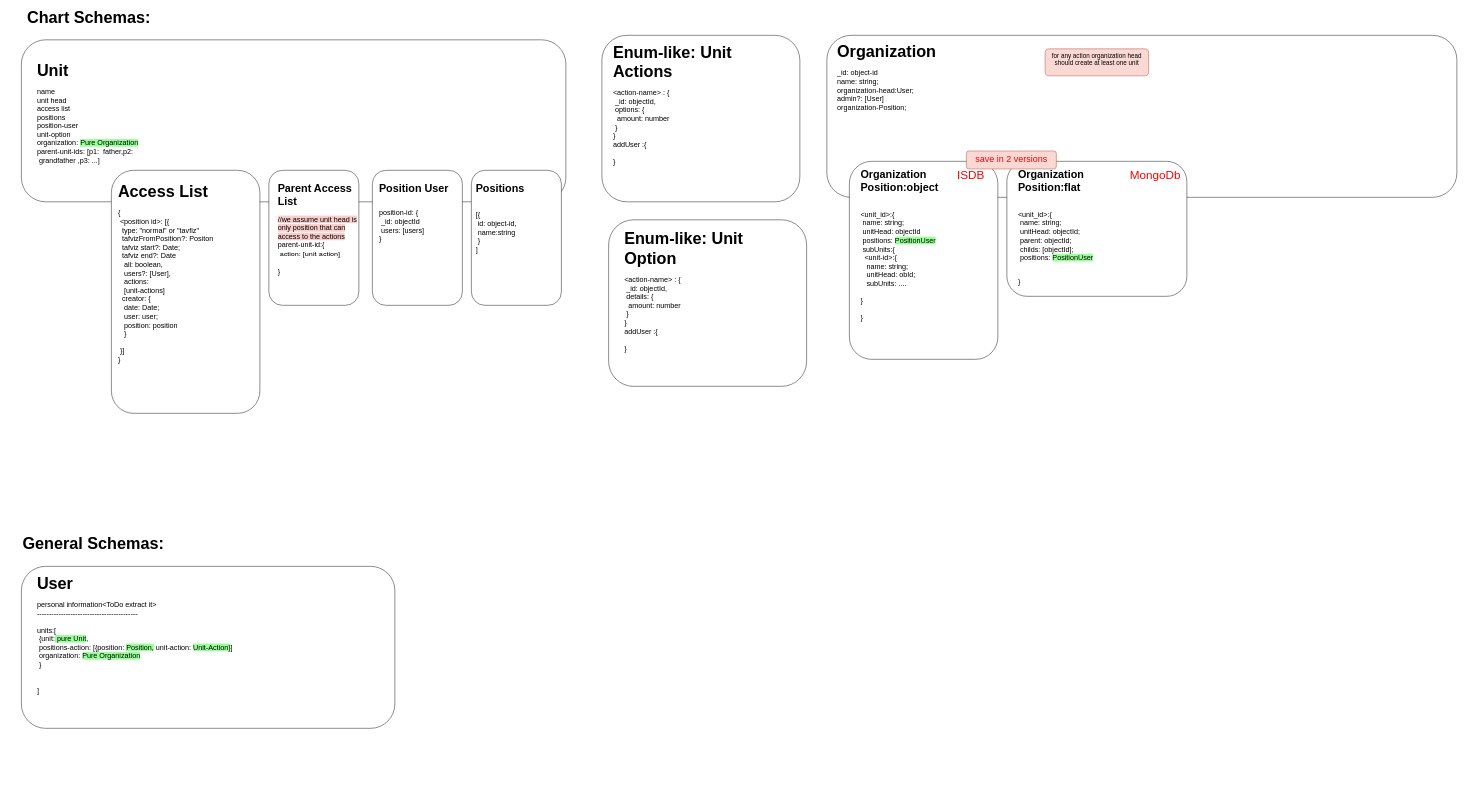
Above: page "schema" (2 of 4) of Untitled Diagram.drawio in etefaghian/barg (draw.io), before the change. Source tidied: cells renumbered, new cells numbered last; positions are measured from the earlier drawing's top-left corner, leaving out a move shared by most shapes. Both pictures are drawn from the tidied source at 45%, with x=0, y=0 at pixel (8, 13).
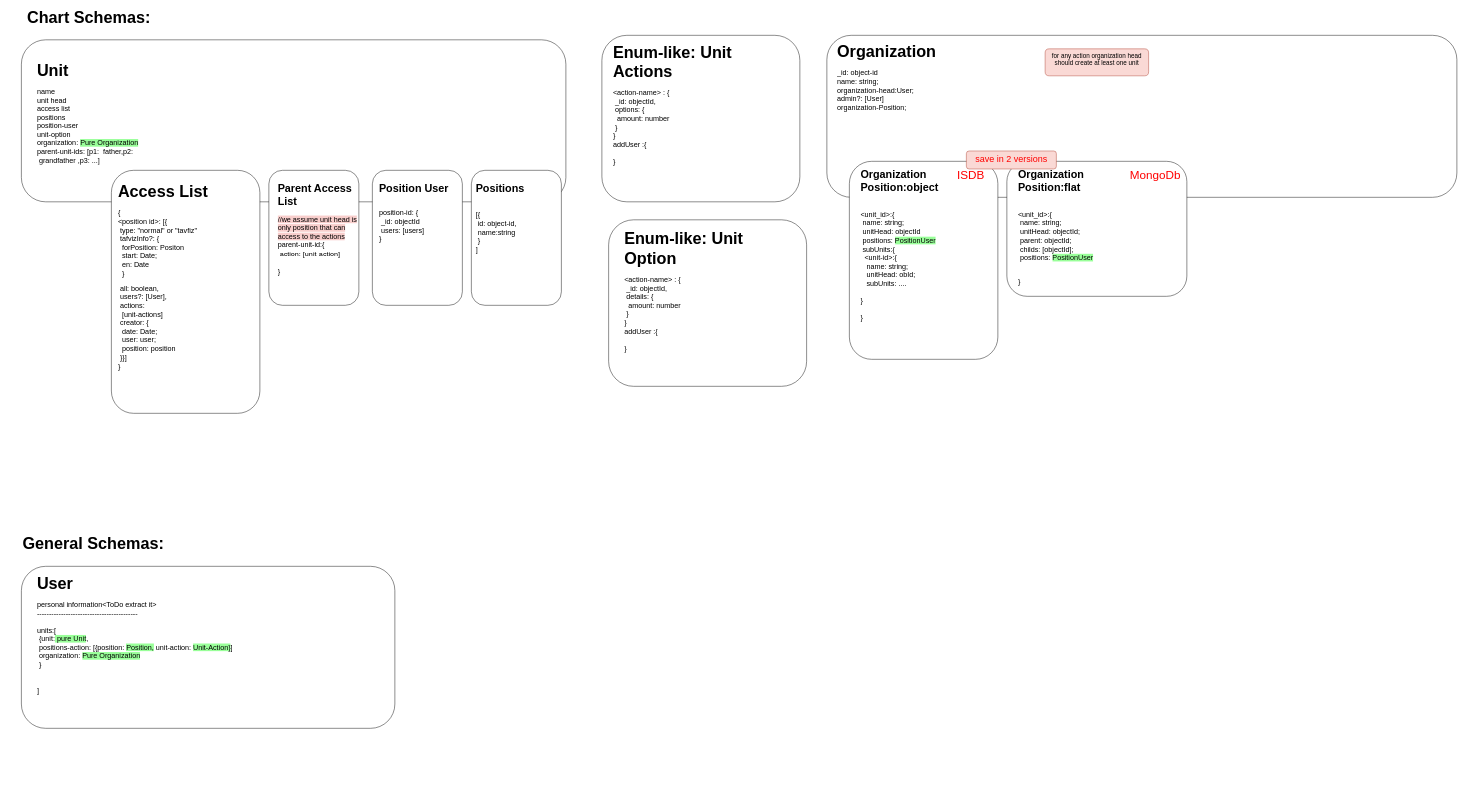
Above is the later version.

Commit message:
chart is completed

What changed in the source:
```diff
@@
-    <mxCell id="5" value="&lt;h1&gt;&lt;span style=&quot;font-size: 36px&quot;&gt;Access List&lt;/span&gt;&lt;/h1&gt;&lt;div&gt;&lt;font size=&quot;3&quot;&gt;{&lt;/font&gt;&lt;/div&gt;&lt;div&gt;&lt;span style=&quot;font-size: medium&quot;&gt;&lt;span style=&quot;white-space: pre&quot;&gt; &lt;/span&gt;&amp;lt;position id&amp;gt;: [{&lt;/span&gt;&lt;/div&gt;&lt;div&gt;&lt;font size=&quot;3&quot;&gt;&lt;span style=&quot;white-space: pre&quot;&gt; &lt;/span&gt;&lt;span style=&quot;white-space: pre&quot;&gt; &lt;/span&gt;type: &quot;normal&quot; or &quot;tavfiz&quot;&lt;/font&gt;&lt;/div&gt;&lt;div&gt;&lt;font size=&quot;3&quot;&gt;&lt;span style=&quot;white-space: pre&quot;&gt; &lt;/span&gt;&lt;span style=&quot;white-space: pre&quot;&gt; &lt;/span&gt;tafvizFromPosition?: Positon&lt;/font&gt;&lt;/div&gt;&lt;div&gt;&lt;font size=&quot;3&quot;&gt;&lt;span style=&quot;white-space: pre&quot;&gt; &lt;/span&gt;&lt;span style=&quot;white-space: pre&quot;&gt; &lt;/span&gt;tafviz start?: Date;&lt;br&gt;&lt;/font&gt;&lt;/div&gt;&lt;div&gt;&lt;font size=&quot;3&quot;&gt;&lt;span style=&quot;white-space: pre&quot;&gt; &lt;/span&gt;&lt;span style=&quot;white-space: pre&quot;&gt; &lt;/span&gt;tafviz end?: Date&lt;br&gt;&lt;/font&gt;&lt;/div&gt;&lt;div&gt;&lt;span style=&quot;font-size: medium&quot;&gt;&lt;span style=&quot;white-space: pre&quot;&gt; &lt;span style=&quot;white-space: pre&quot;&gt; &lt;/span&gt;&lt;span style=&quot;white-space: pre&quot;&gt; &lt;/span&gt;&lt;/span&gt;all: boolean,&lt;br&gt;&lt;/span&gt;&lt;/div&gt;&lt;div&gt;&lt;span style=&quot;font-size: medium&quot;&gt;&lt;span style=&quot;white-space: pre&quot;&gt; &lt;span style=&quot;white-space: pre&quot;&gt; &lt;span style=&quot;white-space: pre&quot;&gt; &lt;/span&gt;&lt;/span&gt;&lt;/span&gt;users?: [User],&lt;/span&gt;&lt;/div&gt;&lt;div&gt;&lt;span style=&quot;font-size: medium&quot;&gt;&lt;span style=&quot;white-space: pre&quot;&gt; &lt;span style=&quot;white-space: pre&quot;&gt; &lt;/span&gt;&lt;span style=&quot;white-space: pre&quot;&gt; &lt;/span&gt;&lt;/span&gt;&lt;/span&gt;&lt;span style=&quot;font-size: medium&quot;&gt;actions:&lt;/span&gt;&lt;/div&gt;&lt;div&gt;&lt;span style=&quot;font-size: medium&quot;&gt;&lt;span style=&quot;white-space: pre&quot;&gt; &lt;span style=&quot;white-space: pre&quot;&gt; &lt;/span&gt;&lt;span style=&quot;white-space: pre&quot;&gt; &lt;/span&gt;&lt;/span&gt;[unit-actions]&lt;/span&gt;&lt;/div&gt;&lt;div&gt;&lt;span style=&quot;font-size: medium&quot;&gt;&lt;span style=&quot;white-space: pre&quot;&gt; &lt;/span&gt;&lt;span style=&quot;white-space: pre&quot;&gt; &lt;/span&gt;creator: {&lt;/span&gt;&lt;/div&gt;&lt;div&gt;&lt;span style=&quot;font-size: medium&quot;&gt;&lt;span style=&quot;white-space: pre&quot;&gt; &lt;/span&gt;&lt;span style=&quot;white-space: pre&quot;&gt; &lt;/span&gt;&lt;span style=&quot;white-space: pre&quot;&gt; &lt;/span&gt;date: Date;&lt;/span&gt;&lt;/div&gt;&lt;div&gt;&lt;span style=&quot;font-size: medium&quot;&gt;&lt;span style=&quot;white-space: pre&quot;&gt; &lt;/span&gt;&lt;span style=&quot;white-space: pre&quot;&gt; &lt;/span&gt;&lt;span style=&quot;white-space: pre&quot;&gt; &lt;/span&gt;user: user;&lt;/span&gt;&lt;/div&gt;&lt;div&gt;&lt;span style=&quot;font-size: medium&quot;&gt;&lt;span style=&quot;white-space: pre&quot;&gt; &lt;/span&gt;&lt;span style=&quot;white-space: pre&quot;&gt; &lt;/span&gt;&lt;span style=&quot;white-space: pre&quot;&gt; &lt;/span&gt;position: position&lt;/span&gt;&lt;/div&gt;&lt;div&gt;&lt;span style=&quot;font-size: medium&quot;&gt;&lt;span style=&quot;white-space: pre&quot;&gt; &lt;/span&gt;&lt;span style=&quot;white-space: pre&quot;&gt; &lt;/span&gt;&lt;span style=&quot;white-space: pre&quot;&gt; &lt;/span&gt;}&lt;/span&gt;&lt;/div&gt;&lt;div&gt;&lt;span style=&quot;font-size: medium&quot;&gt;&lt;span style=&quot;white-space: pre&quot;&gt; &lt;/span&gt;&lt;br&gt;&lt;/span&gt;&lt;/div&gt;&lt;div&gt;&lt;span style=&quot;font-size: medium&quot;&gt;&lt;span style=&quot;white-space: pre&quot;&gt; &lt;/span&gt;}]&lt;/span&gt;&lt;/div&gt;&lt;div&gt;&lt;font size=&quot;3&quot;&gt;}&lt;/font&gt;&lt;/div&gt;&lt;div&gt;&lt;font size=&quot;3&quot;&gt;&lt;span&gt; &lt;/span&gt;&lt;span&gt; &lt;/span&gt;&lt;/font&gt;&lt;/div&gt;&lt;div&gt;&lt;font size=&quot;3&quot;&gt;&lt;br&gt;&lt;/font&gt;&lt;/div&gt;&lt;div&gt;&lt;br&gt;&lt;/div&gt;&lt;div&gt;&lt;br&gt;&lt;/div&gt;" style="text;html=1;strokeColor=none;fillColor=none;spacing=5;spacingTop=-20;whiteSpace=wrap;overflow=hidden;rounded=0;" parent="1" vertex="1">
+    <mxCell id="5" value="&lt;h1&gt;&lt;span style=&quot;font-size: 36px&quot;&gt;Access List&lt;/span&gt;&lt;/h1&gt;&lt;div&gt;&lt;font size=&quot;3&quot;&gt;{&lt;/font&gt;&lt;/div&gt;&lt;div&gt;&lt;span style=&quot;font-size: medium&quot;&gt;&lt;span&gt; &lt;/span&gt;&lt;span&gt; &lt;/span&gt;&amp;lt;position id&amp;gt;: [{&lt;/span&gt;&lt;/div&gt;&lt;div&gt;&lt;font size=&quot;3&quot;&gt;&lt;span&gt; &lt;/span&gt;&lt;span&gt; &lt;/span&gt;&lt;span&gt; &lt;/span&gt;&lt;span&gt; &lt;/span&gt;&lt;span style=&quot;white-space: pre&quot;&gt; &lt;/span&gt;type: &quot;normal&quot; or &quot;tavfiz&quot;&lt;/font&gt;&lt;/div&gt;&lt;div&gt;&lt;font size=&quot;3&quot;&gt;&lt;span&gt; &lt;/span&gt;&lt;span&gt; &lt;/span&gt;&lt;span&gt; &lt;/span&gt;&lt;span&gt; &lt;/span&gt;&lt;span style=&quot;white-space: pre&quot;&gt; &lt;/span&gt;tafvizInfo?: {&lt;/font&gt;&lt;/div&gt;&lt;div&gt;&lt;div&gt;&lt;font size=&quot;3&quot;&gt;&lt;span style=&quot;white-space: pre&quot;&gt; &lt;/span&gt;&lt;span style=&quot;white-space: pre&quot;&gt; &lt;/span&gt;forPosition: Positon&lt;/font&gt;&lt;/div&gt;&lt;div&gt;&lt;font size=&quot;3&quot;&gt;&lt;span style=&quot;white-space: pre&quot;&gt; &lt;/span&gt;&lt;span style=&quot;white-space: pre&quot;&gt; &lt;/span&gt;start: Date;&lt;br&gt;&lt;/font&gt;&lt;/div&gt;&lt;div&gt;&lt;font size=&quot;3&quot;&gt;&lt;span style=&quot;white-space: pre&quot;&gt; &lt;/span&gt;&lt;span style=&quot;white-space: pre&quot;&gt; &lt;/span&gt;en: Date&lt;/font&gt;&lt;/div&gt;&lt;/div&gt;&lt;div&gt;&lt;font size=&quot;3&quot;&gt;&lt;span&gt; &lt;/span&gt;&lt;span&gt; &lt;/span&gt;&lt;span&gt; &lt;/span&gt;&lt;span&gt; &lt;/span&gt;&lt;span style=&quot;white-space: pre&quot;&gt; &lt;/span&gt;&lt;span style=&quot;white-space: pre&quot;&gt; &lt;/span&gt;}&lt;br&gt;&lt;/font&gt;&lt;/div&gt;&lt;div&gt;&lt;br&gt;&lt;/div&gt;&lt;div&gt;&lt;span style=&quot;font-size: medium&quot;&gt;&lt;span&gt; &lt;span&gt; &lt;/span&gt;&lt;span&gt; &lt;/span&gt;&lt;/span&gt;&lt;span style=&quot;white-space: pre&quot;&gt; &lt;/span&gt;all: boolean,&lt;br&gt;&lt;/span&gt;&lt;/div&gt;&lt;div&gt;&lt;span style=&quot;font-size: medium&quot;&gt;&lt;span&gt; &lt;span&gt; &lt;span&gt; &lt;/span&gt;&lt;/span&gt;&lt;/span&gt;&lt;span style=&quot;white-space: pre&quot;&gt; &lt;/span&gt;users?: [User],&lt;/span&gt;&lt;/div&gt;&lt;div&gt;&lt;span style=&quot;font-size: medium&quot;&gt;&lt;span&gt; &lt;span&gt; &lt;/span&gt;&lt;span&gt; &lt;/span&gt;&lt;/span&gt;&lt;/span&gt;&lt;span style=&quot;font-size: medium&quot;&gt;&lt;span style=&quot;white-space: pre&quot;&gt; &lt;/span&gt;actions:&lt;/span&gt;&lt;/div&gt;&lt;div&gt;&lt;span style=&quot;font-size: medium&quot;&gt;&lt;span&gt; &lt;span&gt; &lt;/span&gt;&lt;span&gt; &lt;/span&gt;&lt;/span&gt;&lt;span style=&quot;white-space: pre&quot;&gt; &lt;/span&gt;&lt;span style=&quot;white-space: pre&quot;&gt; &lt;/span&gt;[unit-actions]&lt;/span&gt;&lt;/div&gt;&lt;div&gt;&lt;span style=&quot;font-size: medium&quot;&gt;&lt;span&gt; &lt;/span&gt;&lt;span&gt; &lt;/span&gt;&lt;span style=&quot;white-space: pre&quot;&gt; &lt;/span&gt;creator: {&lt;/span&gt;&lt;/div&gt;&lt;div&gt;&lt;span style=&quot;font-size: medium&quot;&gt;&lt;span&gt; &lt;/span&gt;&lt;span&gt; &lt;/span&gt;&lt;span&gt; &lt;/span&gt;&lt;span style=&quot;white-space: pre&quot;&gt; &lt;/span&gt;&lt;span style=&quot;white-space: pre&quot;&gt; &lt;/span&gt;date: Date;&lt;/span&gt;&lt;/div&gt;&lt;div&gt;&lt;span style=&quot;font-size: medium&quot;&gt;&lt;span&gt; &lt;/span&gt;&lt;span&gt; &lt;/span&gt;&lt;span&gt; &lt;/span&gt;&lt;span style=&quot;white-space: pre&quot;&gt; &lt;/span&gt;&lt;span style=&quot;white-space: pre&quot;&gt; &lt;/span&gt;user: user;&lt;/span&gt;&lt;/div&gt;&lt;div&gt;&lt;span style=&quot;font-size: medium&quot;&gt;&lt;span&gt; &lt;/span&gt;&lt;span&gt; &lt;/span&gt;&lt;span&gt; &lt;/span&gt;&lt;span style=&quot;white-space: pre&quot;&gt; &lt;/span&gt;&lt;span style=&quot;white-space: pre&quot;&gt; &lt;/span&gt;position: position&lt;/span&gt;&lt;/div&gt;&lt;div&gt;&lt;span style=&quot;font-size: medium&quot;&gt;&lt;span&gt; &lt;/span&gt;&lt;span&gt; &lt;/span&gt;&lt;span&gt; &lt;/span&gt;&lt;span style=&quot;white-space: pre&quot;&gt; &lt;/span&gt;}&lt;/span&gt;&lt;span style=&quot;font-size: medium&quot;&gt;}]&lt;/span&gt;&lt;/div&gt;&lt;div&gt;&lt;font size=&quot;3&quot;&gt;}&lt;/font&gt;&lt;/div&gt;&lt;div&gt;&lt;font size=&quot;3&quot;&gt;&lt;span&gt; &lt;/span&gt;&lt;span&gt; &lt;/span&gt;&lt;/font&gt;&lt;/div&gt;&lt;div&gt;&lt;font size=&quot;3&quot;&gt;&lt;br&gt;&lt;/font&gt;&lt;/div&gt;&lt;div&gt;&lt;br&gt;&lt;/div&gt;&lt;div&gt;&lt;br&gt;&lt;/div&gt;" style="text;html=1;strokeColor=none;fillColor=none;spacing=5;spacingTop=-20;whiteSpace=wrap;overflow=hidden;rounded=0;" parent="1" vertex="1">
       <mxGeometry x="240" y="370" width="310" height="490" as="geometry" />
     </mxCell>
```
